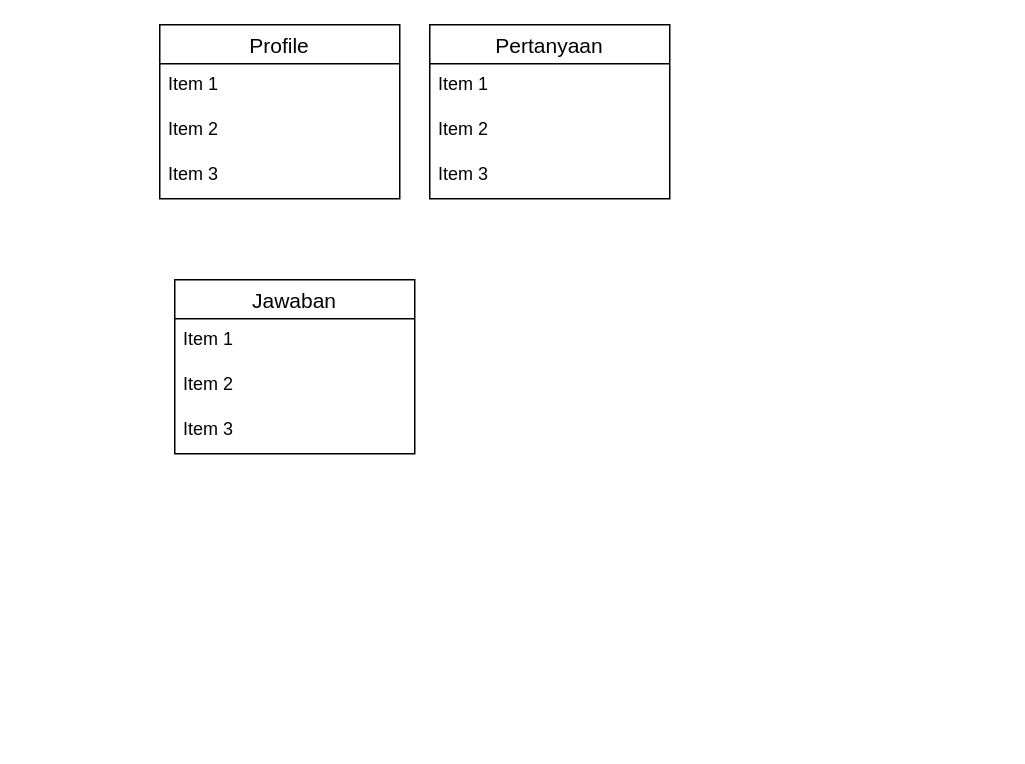
indrarasyid07/berlatih-php keeps this draw.io diagram as Untitled Diagram.drawio. Above is the earlier version. Source tidied: cells renumbered, new cells numbered last; positions are measured from the earlier drawing's top-left corner, leaving out a move shared by most shapes. Both pictures are drawn from the tidied source at 150%, with x=0, y=0 at pixel (159, 24).
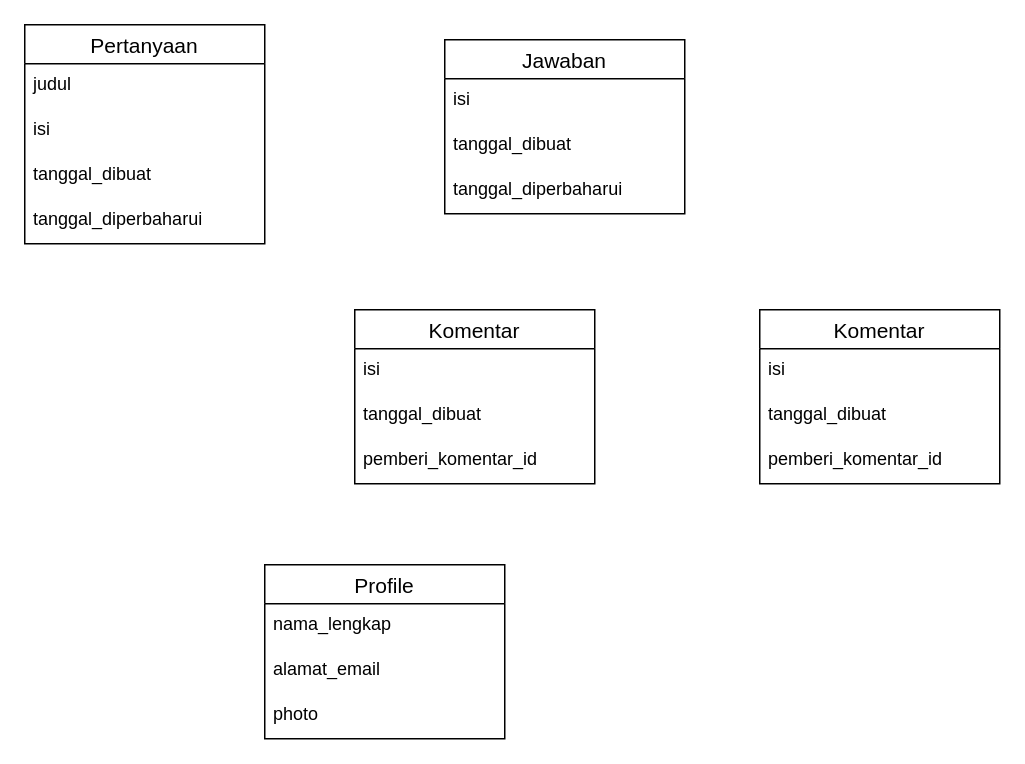
The same page after the edit.

What changed in the source:
```diff
@@
     <mxCell id="2" value="Profile" style="swimlane;fontStyle=0;horizontal=1;startSize=26;align=center;fontSize=14;" parent="1" vertex="1">
-      <mxGeometry width="160" height="116" as="geometry" />
+      <mxGeometry x="70" y="360" width="160" height="116" as="geometry" />
     </mxCell>
-    <mxCell id="3" value="Item 1" style="text;strokeColor=none;fillColor=none;spacingLeft=4;spacingRight=4;overflow=hidden;fontSize=12;" parent="2" vertex="1">
+    <mxCell id="3" value="nama_lengkap" style="text;strokeColor=none;fillColor=none;spacingLeft=4;spacingRight=4;overflow=hidden;fontSize=12;" parent="2" vertex="1">
       <mxGeometry y="26" width="160" height="30" as="geometry" />
     </mxCell>
-    <mxCell id="4" value="Item 2" style="text;strokeColor=none;fillColor=none;spacingLeft=4;spacingRight=4;overflow=hidden;fontSize=12;" parent="2" vertex="1">
+    <mxCell id="4" value="alamat_email" style="text;strokeColor=none;fillColor=none;spacingLeft=4;spacingRight=4;overflow=hidden;fontSize=12;" parent="2" vertex="1">
       <mxGeometry y="56" width="160" height="30" as="geometry" />
     </mxCell>
-    <mxCell id="5" value="Item 3" style="text;strokeColor=none;fillColor=none;spacingLeft=4;spacingRight=4;overflow=hidden;fontSize=12;" parent="2" vertex="1">
+    <mxCell id="5" value="photo" style="text;strokeColor=none;fillColor=none;spacingLeft=4;spacingRight=4;overflow=hidden;fontSize=12;" parent="2" vertex="1">
       <mxGeometry y="86" width="160" height="30" as="geometry" />
     </mxCell>
     <mxCell id="6" value="Pertanyaan" style="swimlane;fontStyle=0;horizontal=1;startSize=26;align=center;fontSize=14;" parent="1" vertex="1">
-      <mxGeometry x="180" width="160" height="116" as="geometry" />
+      <mxGeometry x="-90" width="160" height="146" as="geometry" />
     </mxCell>
-    <mxCell id="7" value="Item 1" style="text;strokeColor=none;fillColor=none;spacingLeft=4;spacingRight=4;overflow=hidden;fontSize=12;" parent="6" vertex="1">
+    <mxCell id="7" value="judul" style="text;strokeColor=none;fillColor=none;spacingLeft=4;spacingRight=4;overflow=hidden;fontSize=12;" parent="6" vertex="1">
       <mxGeometry y="26" width="160" height="30" as="geometry" />
     </mxCell>
-    <mxCell id="8" value="Item 2" style="text;strokeColor=none;fillColor=none;spacingLeft=4;spacingRight=4;overflow=hidden;fontSize=12;" parent="6" vertex="1">
+    <mxCell id="8" value="isi" style="text;strokeColor=none;fillColor=none;spacingLeft=4;spacingRight=4;overflow=hidden;fontSize=12;" parent="6" vertex="1">
       <mxGeometry y="56" width="160" height="30" as="geometry" />
     </mxCell>
-    <mxCell id="9" value="Item 3" style="text;strokeColor=none;fillColor=none;spacingLeft=4;spacingRight=4;overflow=hidden;fontSize=12;" parent="6" vertex="1">
+    <mxCell id="9" value="tanggal_dibuat" style="text;strokeColor=none;fillColor=none;spacingLeft=4;spacingRight=4;overflow=hidden;fontSize=12;" parent="6" vertex="1">
       <mxGeometry y="86" width="160" height="30" as="geometry" />
     </mxCell>
+    <mxCell id="14" value="tanggal_diperbaharui" style="text;strokeColor=none;fillColor=none;spacingLeft=4;spacingRight=4;overflow=hidden;fontSize=12;" parent="6" vertex="1">
+      <mxGeometry y="116" width="160" height="30" as="geometry" />
+    </mxCell>
     <mxCell id="10" value="Jawaban" style="swimlane;fontStyle=0;horizontal=1;startSize=26;align=center;fontSize=14;" parent="1" vertex="1">
-      <mxGeometry x="10" y="170" width="160" height="116" as="geometry" />
+      <mxGeometry x="190" y="10" width="160" height="116" as="geometry" />
     </mxCell>
-    <mxCell id="11" value="Item 1" style="text;strokeColor=none;fillColor=none;spacingLeft=4;spacingRight=4;overflow=hidden;fontSize=12;" parent="10" vertex="1">
-      <mxGeometry y="26" width="160" height="30" as="geometry" />
-    </mxCell>
-    <mxCell id="12" value="Item 2" style="text;strokeColor=none;fillColor=none;spacingLeft=4;spacingRight=4;overflow=hidden;fontSize=12;" parent="10" vertex="1">
-      <mxGeometry y="56" width="160" height="30" as="geometry" />
-    </mxCell>
-    <mxCell id="13" value="Item 3" style="text;strokeColor=none;fillColor=none;spacingLeft=4;spacingRight=4;overflow=hidden;fontSize=12;" parent="10" vertex="1">
-      <mxGeometry y="86" width="160" height="30" as="geometry" />
-    </mxCell>
+    <mxCell id="15" value="isi" style="text;strokeColor=none;fillColor=none;spacingLeft=4;spacingRight=4;overflow=hidden;fontSize=12;" parent="10" vertex="1">
+      <mxGeometry y="26" width="160" height="30" as="geometry" />
+    </mxCell>
+    <mxCell id="16" value="tanggal_dibuat" style="text;strokeColor=none;fillColor=none;spacingLeft=4;spacingRight=4;overflow=hidden;fontSize=12;" parent="10" vertex="1">
+      <mxGeometry y="56" width="160" height="30" as="geometry" />
+    </mxCell>
+    <mxCell id="17" value="tanggal_diperbaharui" style="text;strokeColor=none;fillColor=none;spacingLeft=4;spacingRight=4;overflow=hidden;fontSize=12;" parent="10" vertex="1">
+      <mxGeometry y="86" width="160" height="30" as="geometry" />
+    </mxCell>
+    <mxCell id="18" value="Komentar" style="swimlane;fontStyle=0;horizontal=1;startSize=26;align=center;fontSize=14;" parent="1" vertex="1">
+      <mxGeometry x="400" y="190" width="160" height="116" as="geometry" />
+    </mxCell>
+    <mxCell id="19" value="isi" style="text;strokeColor=none;fillColor=none;spacingLeft=4;spacingRight=4;overflow=hidden;fontSize=12;" parent="18" vertex="1">
+      <mxGeometry y="26" width="160" height="30" as="geometry" />
+    </mxCell>
+    <mxCell id="20" value="tanggal_dibuat" style="text;strokeColor=none;fillColor=none;spacingLeft=4;spacingRight=4;overflow=hidden;fontSize=12;" parent="18" vertex="1">
+      <mxGeometry y="56" width="160" height="30" as="geometry" />
+    </mxCell>
+    <mxCell id="21" value="pemberi_komentar_id" style="text;strokeColor=none;fillColor=none;spacingLeft=4;spacingRight=4;overflow=hidden;fontSize=12;" parent="18" vertex="1">
+      <mxGeometry y="86" width="160" height="30" as="geometry" />
+    </mxCell>
+    <mxCell id="22" value="Komentar" style="swimlane;fontStyle=0;horizontal=1;startSize=26;align=center;fontSize=14;" parent="1" vertex="1">
+      <mxGeometry x="130" y="190" width="160" height="116" as="geometry" />
+    </mxCell>
+    <mxCell id="23" value="isi" style="text;strokeColor=none;fillColor=none;spacingLeft=4;spacingRight=4;overflow=hidden;fontSize=12;" parent="22" vertex="1">
+      <mxGeometry y="26" width="160" height="30" as="geometry" />
+    </mxCell>
+    <mxCell id="24" value="tanggal_dibuat" style="text;strokeColor=none;fillColor=none;spacingLeft=4;spacingRight=4;overflow=hidden;fontSize=12;" parent="22" vertex="1">
+      <mxGeometry y="56" width="160" height="30" as="geometry" />
+    </mxCell>
+    <mxCell id="25" value="pemberi_komentar_id" style="text;strokeColor=none;fillColor=none;spacingLeft=4;spacingRight=4;overflow=hidden;fontSize=12;" parent="22" vertex="1">
+      <mxGeometry y="86" width="160" height="30" as="geometry" />
+    </mxCell>
```
